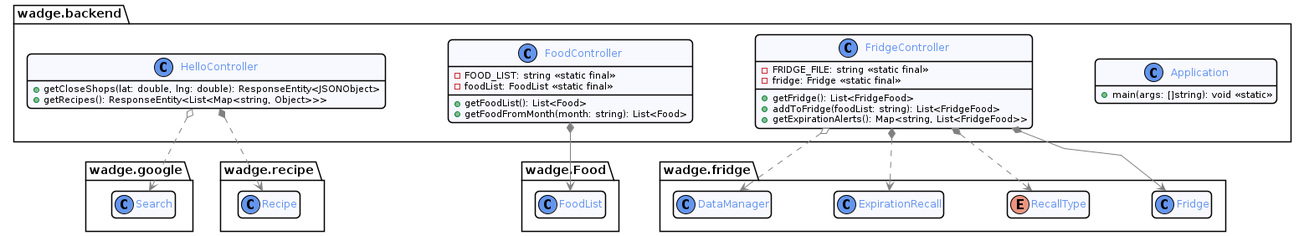
The PlantUML diagram docs/diagram/out/backEnd.png in romainvacheret/wadge-backend, before a commit.
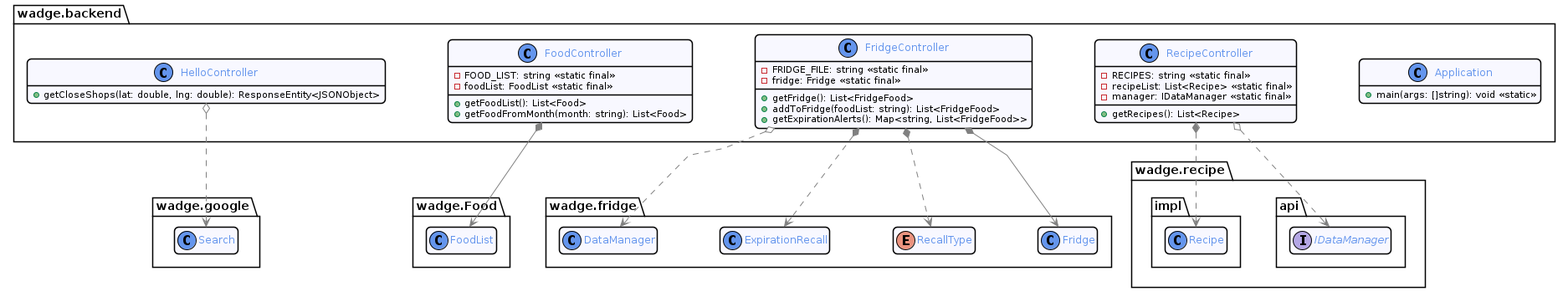
Later version of the same file.

Commit message:
docs: update diagrams to match the new recipes' structure

The edit, as a diff of the source:
```diff
@@ -17,7 +17,13 @@
     }
 
     package wadge.recipe {
-        class Recipe {}
+        package api {
+            interface IDataManager {}
+        }
+
+        package impl {
+            class Recipe {}
+        }
     }
 
     package wadge.backend {
@@ -27,31 +33,41 @@
 
         class HelloController {
             + getCloseShops(lat: double, lng: double): ResponseEntity<JSONObject>
-            + getRecipes(): ResponseEntity<List<Map<string, Object>>>
         }
 
-        class FoodController{
+        class FoodController {
             - FOOD_LIST: string <<static final>>
             - foodList: FoodList <<static final>>
             + getFoodList(): List<Food>
             + getFoodFromMonth(month: string): List<Food>
         }
 
-        class FridgeController{
+        class FridgeController {
             - FRIDGE_FILE: string <<static final>>
             - fridge: Fridge <<static final>>
             + getFridge(): List<FridgeFood>
             + addToFridge(foodList: string): List<FridgeFood>
             + getExpirationAlerts(): Map<string, List<FridgeFood>>
         }
+
+        class RecipeController {
+            - RECIPES: string <<static final>>
+            - recipeList: List<Recipe> <<static final>>
+            - manager: IDataManager <<static final>>
+            + getRecipes(): List<Recipe>
+        }
     }
 
     HelloController o..> Search
-    HelloController *..> Recipe
+
     FoodController *--> FoodList
+
     FridgeController *--> Fridge
     FridgeController *..> RecallType
     FridgeController *..> ExpirationRecall
     FridgeController o..> DataManager
 
+    RecipeController *..> Recipe
+    RecipeController o..> IDataManager
+
 @enduml
```
